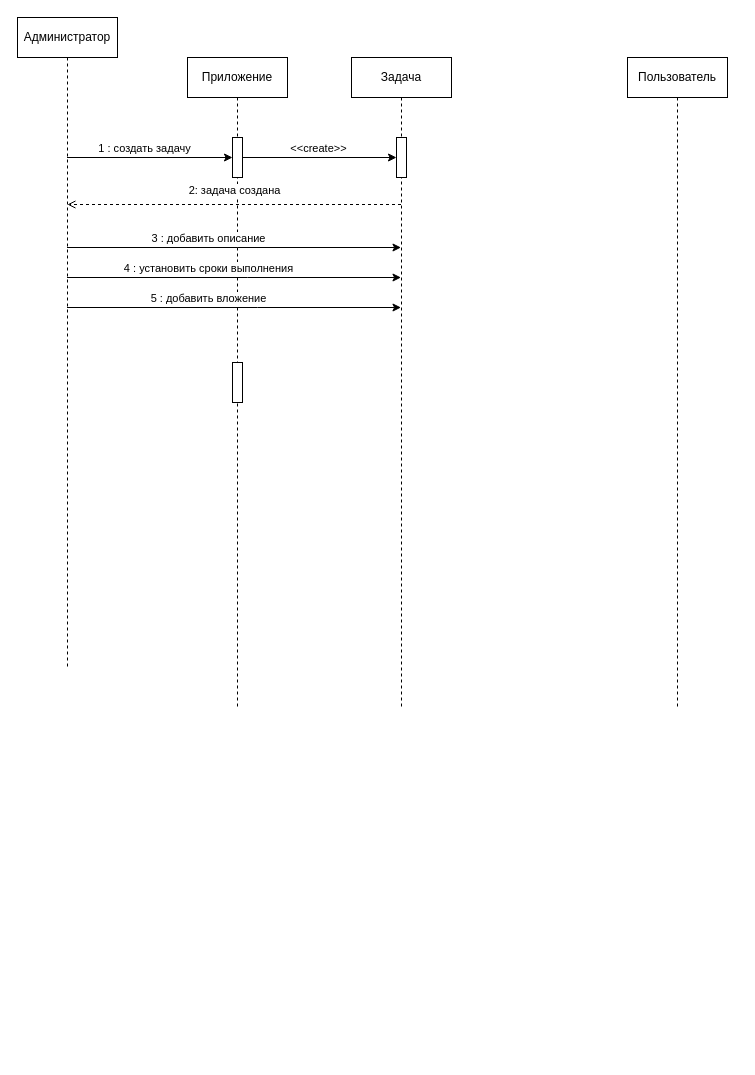
Earlier version of the draw.io diagram диаграммаПоследовательностиКурс.drawio (hard-gainer/UML). Source tidied: cells renumbered, new cells numbered last; positions are measured from the earlier drawing's top-left corner, leaving out a move shared by most shapes. Both pictures are drawn from the tidied source at 100%, with x=0, y=0 at pixel (17, 17).
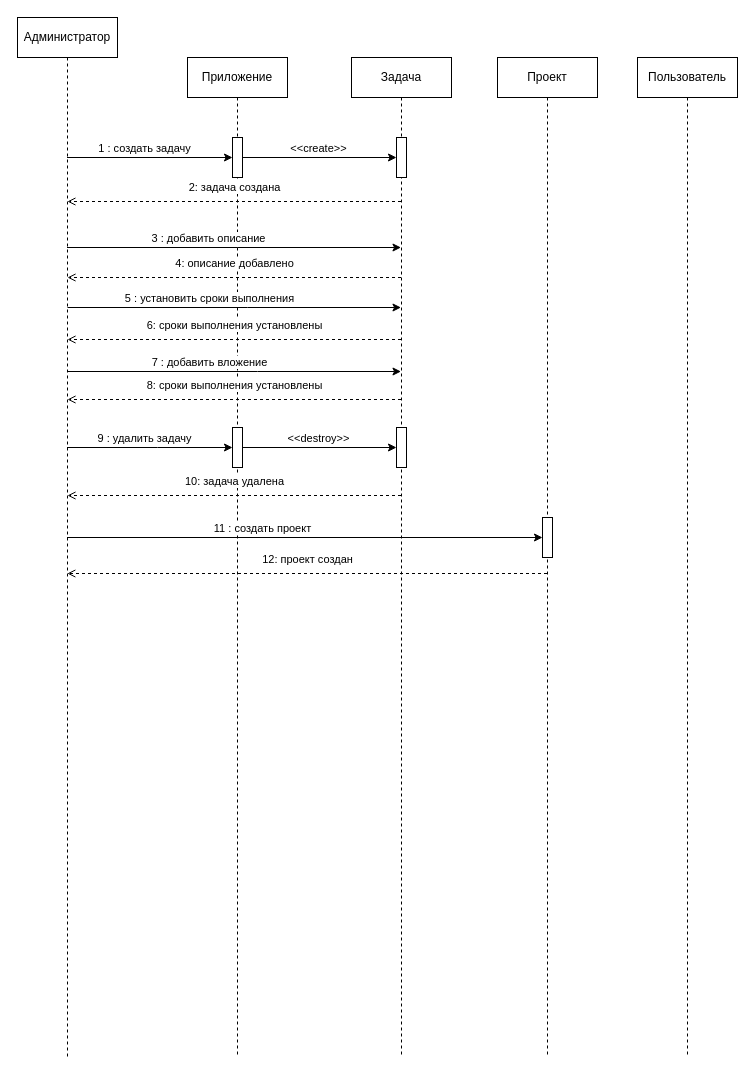
After the change.

What changed in the source:
```diff
@@
     <mxCell id="2" value="Администратор" style="shape=umlLifeline;perimeter=lifelinePerimeter;whiteSpace=wrap;html=1;outlineConnect=0;portConstraint=eastwest;newEdgeStyle={&quot;edgeStyle&quot;:&quot;elbowEdgeStyle&quot;,&quot;elbow&quot;:&quot;vertical&quot;,&quot;curved&quot;:0,&quot;rounded&quot;:0};" parent="1" vertex="1">
-      <mxGeometry width="100" height="650" as="geometry" />
+      <mxGeometry width="100" height="1040" as="geometry" />
     </mxCell>
     <mxCell id="3" value="Пользователь" style="shape=umlLifeline;perimeter=lifelinePerimeter;whiteSpace=wrap;html=1;newEdgeStyle={&quot;edgeStyle&quot;:&quot;elbowEdgeStyle&quot;,&quot;elbow&quot;:&quot;vertical&quot;,&quot;curved&quot;:0,&quot;rounded&quot;:0};" parent="1" vertex="1">
-      <mxGeometry x="610" y="40" width="100" height="650" as="geometry" />
+      <mxGeometry x="620" y="40" width="100" height="1000" as="geometry" />
     </mxCell>
     <mxCell id="4" value="Приложение" style="shape=umlLifeline;perimeter=lifelinePerimeter;whiteSpace=wrap;html=1;newEdgeStyle={&quot;edgeStyle&quot;:&quot;elbowEdgeStyle&quot;,&quot;elbow&quot;:&quot;vertical&quot;,&quot;curved&quot;:0,&quot;rounded&quot;:0};" parent="1" vertex="1">
-      <mxGeometry x="170" y="40" width="100" height="650" as="geometry" />
+      <mxGeometry x="170" y="40" width="100" height="1000" as="geometry" />
     </mxCell>
@@
     <mxCell id="6" style="html=1;points=[[0,0,0,0,5],[0,1,0,0,-5],[1,0,0,0,5],[1,1,0,0,-5]];perimeter=orthogonalPerimeter;outlineConnect=0;targetShapes=umlLifeline;portConstraint=eastwest;newEdgeStyle={&quot;curved&quot;:0,&quot;rounded&quot;:0};" parent="4" vertex="1">
-      <mxGeometry x="45" y="305" width="10" height="40" as="geometry" />
+      <mxGeometry x="45" y="370" width="10" height="40" as="geometry" />
     </mxCell>
@@
     <mxCell id="9" value="Задача" style="shape=umlLifeline;perimeter=lifelinePerimeter;whiteSpace=wrap;html=1;outlineConnect=0;portConstraint=eastwest;newEdgeStyle={&quot;edgeStyle&quot;:&quot;elbowEdgeStyle&quot;,&quot;elbow&quot;:&quot;vertical&quot;,&quot;curved&quot;:0,&quot;rounded&quot;:0};" parent="1" vertex="1">
-      <mxGeometry x="334" y="40" width="100" height="650" as="geometry" />
+      <mxGeometry x="334" y="40" width="100" height="1000" as="geometry" />
     </mxCell>
@@
+    <mxCell id="20" style="html=1;points=[[0,0,0,0,5],[0,1,0,0,-5],[1,0,0,0,5],[1,1,0,0,-5]];perimeter=orthogonalPerimeter;outlineConnect=0;targetShapes=umlLifeline;portConstraint=eastwest;newEdgeStyle={&quot;curved&quot;:0,&quot;rounded&quot;:0};" parent="9" vertex="1">
+      <mxGeometry x="45" y="370" width="10" height="40" as="geometry" />
+    </mxCell>
+    <mxCell id="21" value="&amp;lt;&amp;lt;destroy&amp;gt;&amp;gt;" style="edgeLabel;html=1;align=center;verticalAlign=middle;" parent="9" vertex="1">
+      <mxGeometry x="-34" y="380" as="geometry" />
+    </mxCell>
@@
     <mxCell id="13" value="2: задача создана" style="html=1;verticalAlign=bottom;labelBackgroundColor=default;endArrow=open;endFill=0;dashed=1;rounded=0;" parent="1" edge="1">
       <mxGeometry y="-5" relative="1" as="geometry">
-        <mxPoint x="383.5" y="187" as="sourcePoint" />
-        <mxPoint x="49.9" y="187" as="targetPoint" />
+        <mxPoint x="383.5" y="184" as="sourcePoint" />
+        <mxPoint x="49.9" y="184" as="targetPoint" />
       </mxGeometry>
     </mxCell>
@@
-    <mxCell id="16" style="edgeStyle=elbowEdgeStyle;rounded=0;jettySize=auto;html=1;elbow=vertical;curved=0;" parent="1" edge="1" source="2" target="9">
+    <mxCell id="16" style="edgeStyle=elbowEdgeStyle;rounded=0;orthogonalLoop=1;jettySize=auto;html=1;elbow=vertical;curved=0;" parent="1" edge="1">
       <mxGeometry relative="1" as="geometry">
+        <mxPoint x="50" y="290" as="sourcePoint" />
+        <mxPoint x="383.5" y="290" as="targetPoint" />
         <Array as="points">
-          <mxPoint x="230" y="260" />
+          <mxPoint x="230" y="290" />
         </Array>
       </mxGeometry>
     </mxCell>
-    <mxCell id="17" value="4 : установить сроки выполнения" style="edgeLabel;html=1;align=center;verticalAlign=middle;" parent="16" vertex="1">
+    <mxCell id="17" value="5 : установить сроки выполнения" style="edgeLabel;html=1;align=center;verticalAlign=middle;" parent="16" vertex="1">
       <mxGeometry x="-0.24" y="1" relative="1" as="geometry">
         <mxPoint x="14" y="-9" as="offset" />
       </mxGeometry>
     </mxCell>
-    <mxCell id="18" style="edgeStyle=elbowEdgeStyle;rounded=0;jettySize=auto;html=1;elbow=vertical;curved=0;" parent="1" edge="1" source="2" target="9">
+    <mxCell id="18" style="edgeStyle=elbowEdgeStyle;rounded=0;orthogonalLoop=1;jettySize=auto;html=1;elbow=vertical;curved=0;" parent="1" edge="1">
       <mxGeometry relative="1" as="geometry">
+        <mxPoint x="50" y="354" as="sourcePoint" />
+        <mxPoint x="383.5" y="354" as="targetPoint" />
         <Array as="points">
-          <mxPoint x="240" y="290" />
+          <mxPoint x="240" y="354" />
         </Array>
       </mxGeometry>
     </mxCell>
-    <mxCell id="19" value="5 : добавить вложение" style="edgeLabel;html=1;align=center;verticalAlign=middle;" parent="18" vertex="1">
+    <mxCell id="19" value="7 : добавить вложение" style="edgeLabel;html=1;align=center;verticalAlign=middle;" parent="18" vertex="1">
       <mxGeometry x="-0.24" y="1" relative="1" as="geometry">
         <mxPoint x="14" y="-9" as="offset" />
       </mxGeometry>
     </mxCell>
+    <mxCell id="22" value="4: описание добавлено" style="html=1;verticalAlign=bottom;labelBackgroundColor=default;endArrow=open;endFill=0;dashed=1;rounded=0;" parent="1" edge="1">
+      <mxGeometry y="-5" relative="1" as="geometry">
+        <mxPoint x="383.5" y="260" as="sourcePoint" />
+        <mxPoint x="50" y="260" as="targetPoint" />
+      </mxGeometry>
+    </mxCell>
+    <mxCell id="23" value="6: сроки выполнения установлены" style="html=1;verticalAlign=bottom;labelBackgroundColor=default;endArrow=open;endFill=0;dashed=1;rounded=0;" parent="1" edge="1">
+      <mxGeometry y="-5" relative="1" as="geometry">
+        <mxPoint x="383.5" y="322" as="sourcePoint" />
+        <mxPoint x="50" y="322" as="targetPoint" />
+      </mxGeometry>
+    </mxCell>
+    <mxCell id="24" value="8: сроки выполнения установлены" style="html=1;verticalAlign=bottom;labelBackgroundColor=default;endArrow=open;endFill=0;dashed=1;rounded=0;" parent="1" edge="1">
+      <mxGeometry y="-5" relative="1" as="geometry">
+        <mxPoint x="383.5" y="382" as="sourcePoint" />
+        <mxPoint x="50" y="382" as="targetPoint" />
+      </mxGeometry>
+    </mxCell>
+    <mxCell id="25" style="edgeStyle=elbowEdgeStyle;rounded=0;jettySize=auto;html=1;elbow=vertical;curved=0;" parent="1" edge="1" source="2" target="6">
+      <mxGeometry relative="1" as="geometry">
+        <Array as="points">
+          <mxPoint x="140" y="430" />
+        </Array>
+      </mxGeometry>
+    </mxCell>
+    <mxCell id="26" value="9 : удалить задачу" style="edgeLabel;html=1;align=center;verticalAlign=middle;" parent="25" vertex="1">
+      <mxGeometry x="-0.24" y="1" relative="1" as="geometry">
+        <mxPoint x="14" y="-9" as="offset" />
+      </mxGeometry>
+    </mxCell>
+    <mxCell id="27" style="edgeStyle=orthogonalEdgeStyle;rounded=0;jettySize=auto;html=1;curved=0;" parent="1" edge="1" source="6" target="20">
+      <mxGeometry relative="1" as="geometry" />
+    </mxCell>
+    <mxCell id="28" value="10: задача удалена" style="html=1;verticalAlign=bottom;labelBackgroundColor=default;endArrow=open;endFill=0;dashed=1;rounded=0;" parent="1" edge="1">
+      <mxGeometry y="-5" relative="1" as="geometry">
+        <mxPoint x="383.5" y="478" as="sourcePoint" />
+        <mxPoint x="50" y="478" as="targetPoint" />
+      </mxGeometry>
+    </mxCell>
+    <mxCell id="29" value="Проект" style="shape=umlLifeline;perimeter=lifelinePerimeter;whiteSpace=wrap;html=1;newEdgeStyle={&quot;edgeStyle&quot;:&quot;elbowEdgeStyle&quot;,&quot;elbow&quot;:&quot;vertical&quot;,&quot;curved&quot;:0,&quot;rounded&quot;:0};" parent="1" vertex="1">
+      <mxGeometry x="480" y="40" width="100" height="1000" as="geometry" />
+    </mxCell>
+    <mxCell id="30" style="html=1;points=[[0,0,0,0,5],[0,1,0,0,-5],[1,0,0,0,5],[1,1,0,0,-5]];perimeter=orthogonalPerimeter;outlineConnect=0;targetShapes=umlLifeline;portConstraint=eastwest;newEdgeStyle={&quot;curved&quot;:0,&quot;rounded&quot;:0};" parent="29" vertex="1">
+      <mxGeometry x="45" y="460" width="10" height="40" as="geometry" />
+    </mxCell>
+    <mxCell id="31" style="edgeStyle=elbowEdgeStyle;rounded=0;jettySize=auto;html=1;elbow=vertical;curved=0;" parent="1" edge="1" source="2" target="30">
+      <mxGeometry relative="1" as="geometry">
+        <Array as="points">
+          <mxPoint x="520" y="520" />
+        </Array>
+      </mxGeometry>
+    </mxCell>
+    <mxCell id="32" value="11 : создать проект" style="edgeLabel;html=1;align=center;verticalAlign=middle;" parent="31" vertex="1">
+      <mxGeometry x="-0.24" y="1" relative="1" as="geometry">
+        <mxPoint x="14" y="-9" as="offset" />
+      </mxGeometry>
+    </mxCell>
+    <mxCell id="33" value="12: проект создан" style="html=1;verticalAlign=bottom;labelBackgroundColor=default;endArrow=open;endFill=0;dashed=1;rounded=0;" parent="1" edge="1">
+      <mxGeometry y="-5" relative="1" as="geometry">
+        <mxPoint x="529.5" y="556" as="sourcePoint" />
+        <mxPoint x="49.8" y="556" as="targetPoint" />
+      </mxGeometry>
+    </mxCell>
```
